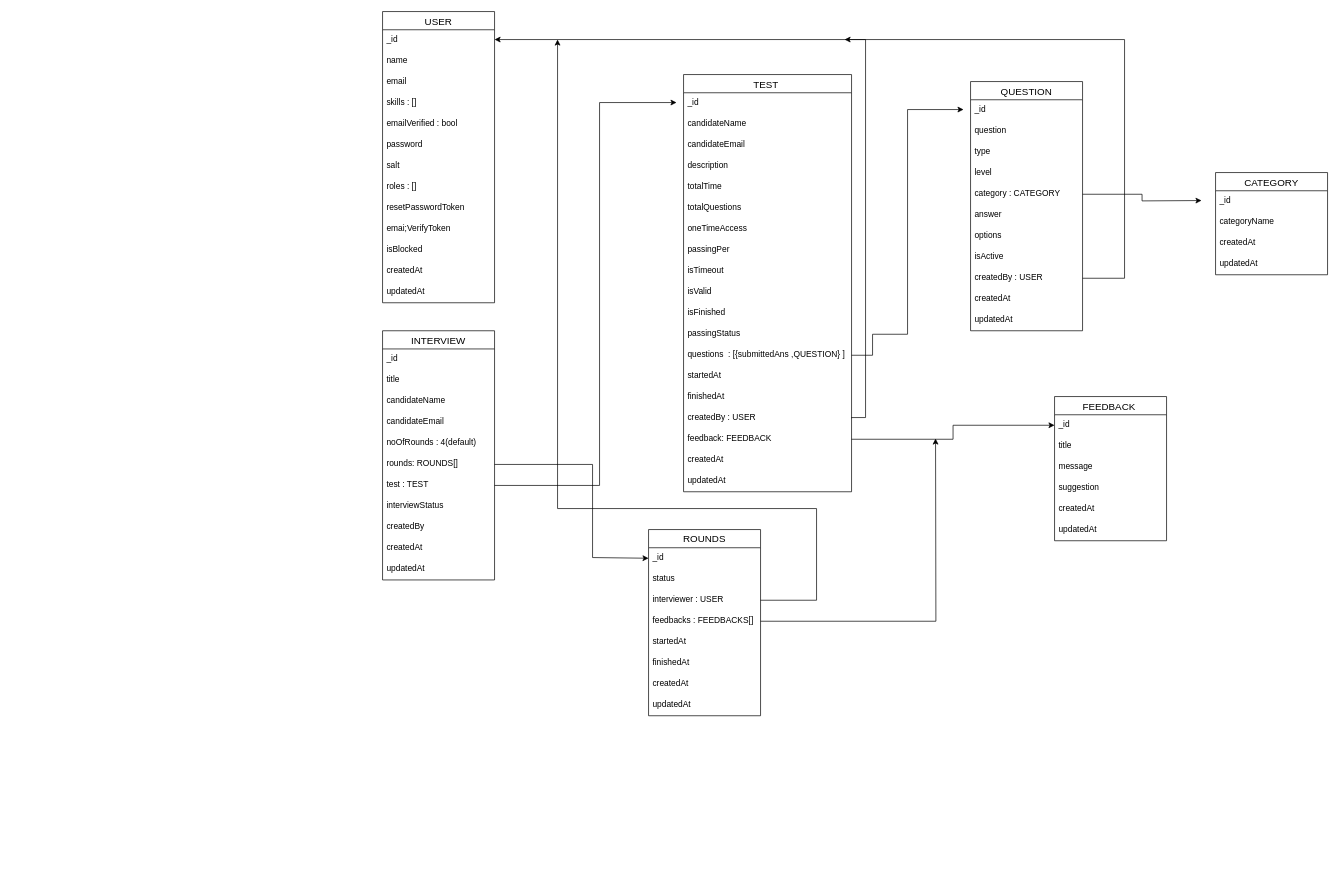
sunny-sk/Nestjs keeps this draw.io diagram as dbDiagram.drawio. Above is the earlier version. Source tidied: cells renumbered, new cells numbered last; positions are measured from the earlier drawing's top-left corner, leaving out a move shared by most shapes. Both pictures are drawn from the tidied source at 70%, with x=0, y=0 at pixel (382, 11).
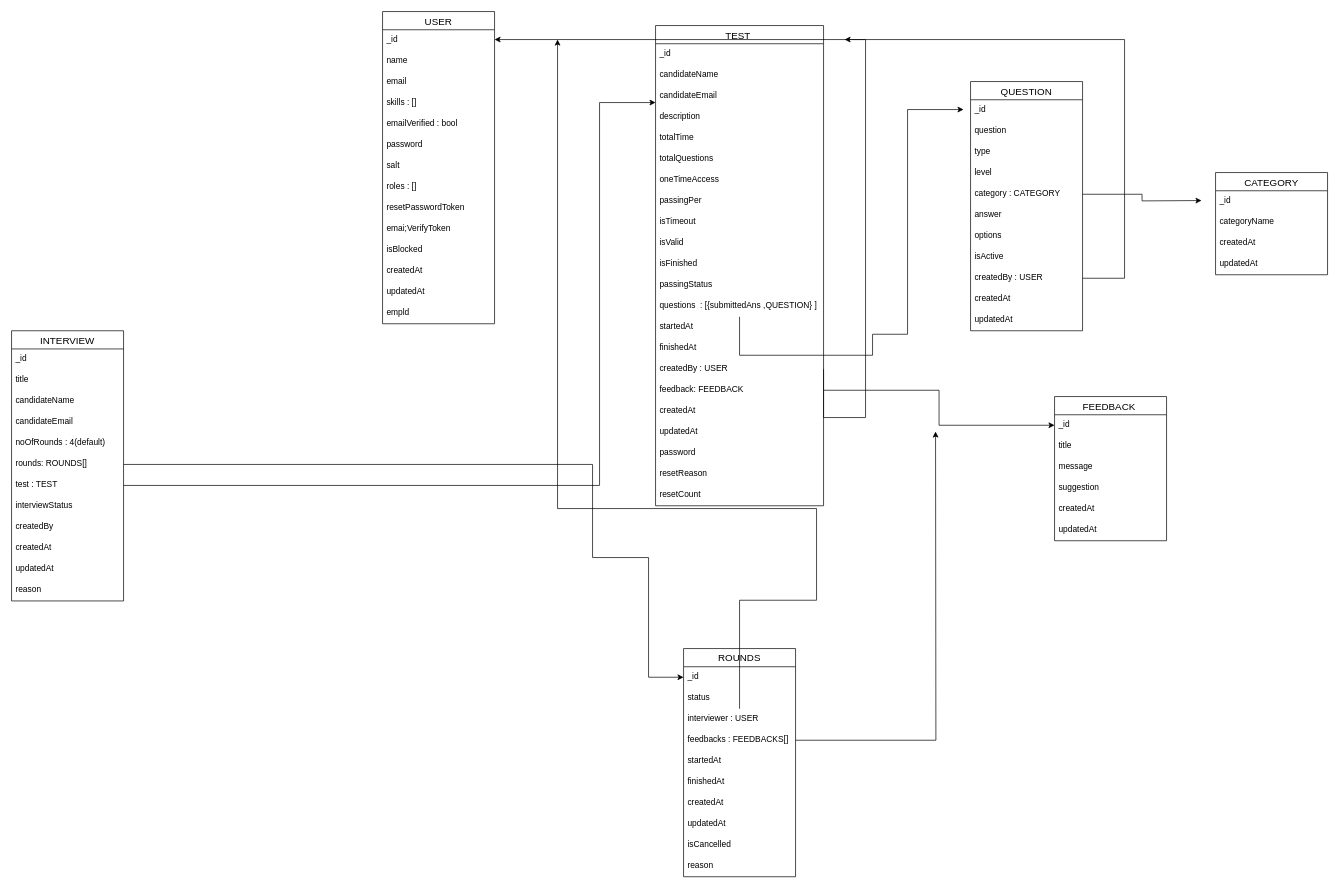
Above is the later version.

The change refers to these unchanged cells:
```xml
<mxCell id="67" value="test : TEST" style="text;strokeColor=none;fillColor=none;spacingLeft=4;spacingRight=4;overflow=hidden;points=[[0,0.5],[1,0.5]];portConstraint=eastwest;fontSize=12;" parent="60" vertex="1">
  <mxGeometry y="206" width="160" height="30" as="geometry" />
</mxCell>
<mxCell id="82" value="feedbacks : FEEDBACKS[]" style="text;strokeColor=none;fillColor=none;spacingLeft=4;spacingRight=4;overflow=hidden;points=[[0,0.5],[1,0.5]];portConstraint=eastwest;fontSize=12;" parent="78" vertex="1">
  <mxGeometry y="116" width="160" height="30" as="geometry" />
</mxCell>
```

What changed in the source:
```diff
@@
     <mxCell id="2" value="USER" style="swimlane;fontStyle=0;horizontal=1;startSize=26;align=center;fontSize=14;" parent="1" vertex="1">
-      <mxGeometry width="160" height="416" as="geometry" />
+      <mxGeometry width="160" height="446" as="geometry" />
     </mxCell>
@@
+    <mxCell id="90" value="empld&#10;" style="text;strokeColor=none;fillColor=none;spacingLeft=4;spacingRight=4;overflow=hidden;fontSize=12;" parent="2" vertex="1">
+      <mxGeometry y="416" width="160" height="30" as="geometry" />
+    </mxCell>
@@
     <mxCell id="23" value="TEST " style="swimlane;fontStyle=0;horizontal=1;startSize=26;align=center;fontSize=14;" parent="1" vertex="1">
-      <mxGeometry x="430" y="90" width="240" height="596" as="geometry" />
+      <mxGeometry x="390" y="20" width="240" height="686" as="geometry" />
     </mxCell>
@@
+    <mxCell id="91" value="password" style="text;strokeColor=none;fillColor=none;spacingLeft=4;spacingRight=4;overflow=hidden;fontSize=12;" parent="23" vertex="1">
+      <mxGeometry y="596" width="240" height="30" as="geometry" />
+    </mxCell>
+    <mxCell id="92" value="resetReason" style="text;strokeColor=none;fillColor=none;spacingLeft=4;spacingRight=4;overflow=hidden;fontSize=12;" parent="23" vertex="1">
+      <mxGeometry y="626" width="240" height="30" as="geometry" />
+    </mxCell>
+    <mxCell id="93" value="resetCount" style="text;strokeColor=none;fillColor=none;spacingLeft=4;spacingRight=4;overflow=hidden;fontSize=12;" parent="23" vertex="1">
+      <mxGeometry y="656" width="240" height="30" as="geometry" />
+    </mxCell>
@@
     <mxCell id="60" value="INTERVIEW" style="swimlane;fontStyle=0;horizontal=1;startSize=26;align=center;fontSize=14;" parent="1" vertex="1">
-      <mxGeometry y="456" width="160" height="356" as="geometry" />
+      <mxGeometry x="-530" y="456" width="160" height="386" as="geometry" />
     </mxCell>
@@
+    <mxCell id="94" value="reason&#10;" style="text;strokeColor=none;fillColor=none;spacingLeft=4;spacingRight=4;overflow=hidden;fontSize=12;" parent="60" vertex="1">
+      <mxGeometry y="356" width="160" height="30" as="geometry" />
+    </mxCell>
@@
     <mxCell id="77" style="edgeStyle=orthogonalEdgeStyle;rounded=0;jettySize=auto;html=1;" parent="1" edge="1" source="67">
       <mxGeometry relative="1" as="geometry">
-        <mxPoint x="420" y="130" as="targetPoint" />
+        <mxPoint x="390" y="130" as="targetPoint" />
         <Array as="points">
           <mxPoint x="310" y="677" />
           <mxPoint x="310" y="130" />
         </Array>
       </mxGeometry>
     </mxCell>
     <mxCell id="78" value="ROUNDS" style="swimlane;fontStyle=0;horizontal=1;startSize=26;align=center;fontSize=14;" parent="1" vertex="1">
-      <mxGeometry x="380" y="740" width="160" height="266" as="geometry" />
+      <mxGeometry x="430" y="910" width="160" height="326" as="geometry" />
     </mxCell>
@@
+    <mxCell id="95" value="isCancelled" style="text;strokeColor=none;fillColor=none;spacingLeft=4;spacingRight=4;overflow=hidden;fontSize=12;" parent="78" vertex="1">
+      <mxGeometry y="266" width="160" height="30" as="geometry" />
+    </mxCell>
+    <mxCell id="96" value="reason&#10;" style="text;strokeColor=none;fillColor=none;spacingLeft=4;spacingRight=4;overflow=hidden;fontSize=12;" parent="78" vertex="1">
+      <mxGeometry y="296" width="160" height="30" as="geometry" />
+    </mxCell>
     <mxCell id="87" style="edgeStyle=orthogonalEdgeStyle;rounded=0;jettySize=auto;html=1;" parent="1" edge="1" source="82">
       <mxGeometry relative="1" as="geometry">
-        <mxPoint x="790" y="610" as="targetPoint" />
+        <mxPoint x="790" y="600" as="targetPoint" />
       </mxGeometry>
     </mxCell>
```
